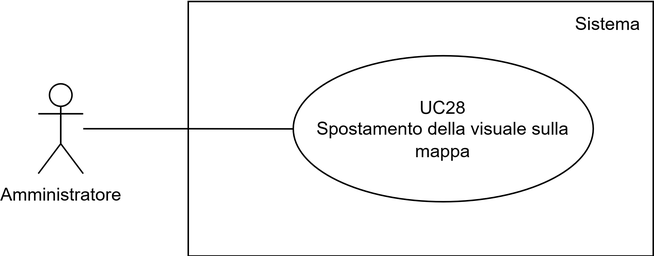
Earlier version of the draw.io export assets/use_cases/UC28.png (SWEatUNIPD/docs). Source tidied: cells renumbered, new cells last; positions are measured from the earlier drawing's top-left corner, leaving out a move shared by most shapes.
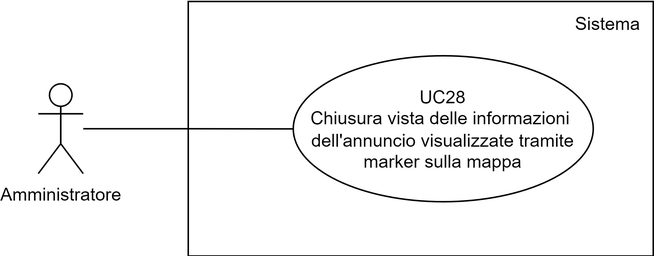
Later version of the same file.

The edit, as a diff of the source:
```diff
@@ -11,7 +11,7 @@
     <mxCell id="4" value="Amministratore" style="shape=umlActor;verticalLabelPosition=bottom;verticalAlign=top;html=1;outlineConnect=0;" parent="1" vertex="1">
       <mxGeometry y="55.5" width="30" height="60" as="geometry" />
     </mxCell>
-    <mxCell id="5" value="UC28&lt;div&gt;Spostamento della visuale sulla mappa&lt;/div&gt;" style="ellipse;whiteSpace=wrap;html=1;fillColor=none;" parent="1" vertex="1">
+    <mxCell id="5" value="UC28&lt;div&gt;Chiusura vista delle informazioni&amp;nbsp;&lt;/div&gt;&lt;div&gt;dell'annuncio visualizzate tramite marker sulla mappa&lt;/div&gt;" style="ellipse;whiteSpace=wrap;html=1;fillColor=none;" parent="1" vertex="1">
       <mxGeometry x="170" y="36.8" width="200" height="97.5" as="geometry" />
     </mxCell>
     <mxCell id="6" value="Sistema" style="text;html=1;align=center;verticalAlign=middle;whiteSpace=wrap;rounded=0;" parent="1" vertex="1">
```
